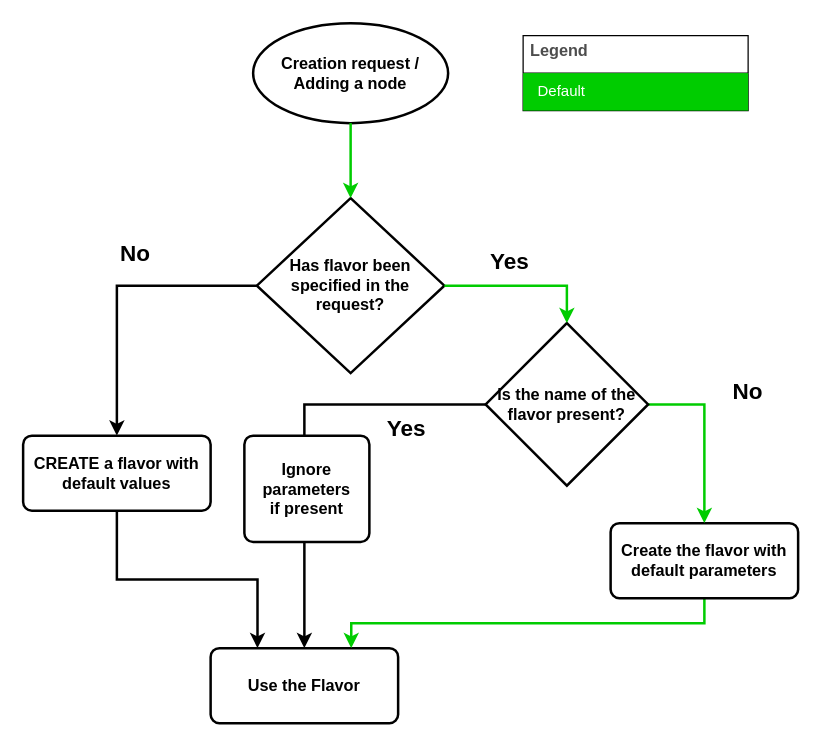
Earlier version of the draw.io diagram page "Flavor Management" (9 of 9) of docs/diagrams/NVFCL-diagrams.drawio (s2n-cnit/nfvcl-ng). Source tidied: cells renumbered, new cells numbered last; positions are measured from the earlier drawing's top-left corner, leaving out a move shared by most shapes. Both pictures are drawn from the tidied source at 125%, with x=0, y=0 at pixel (22, 22).
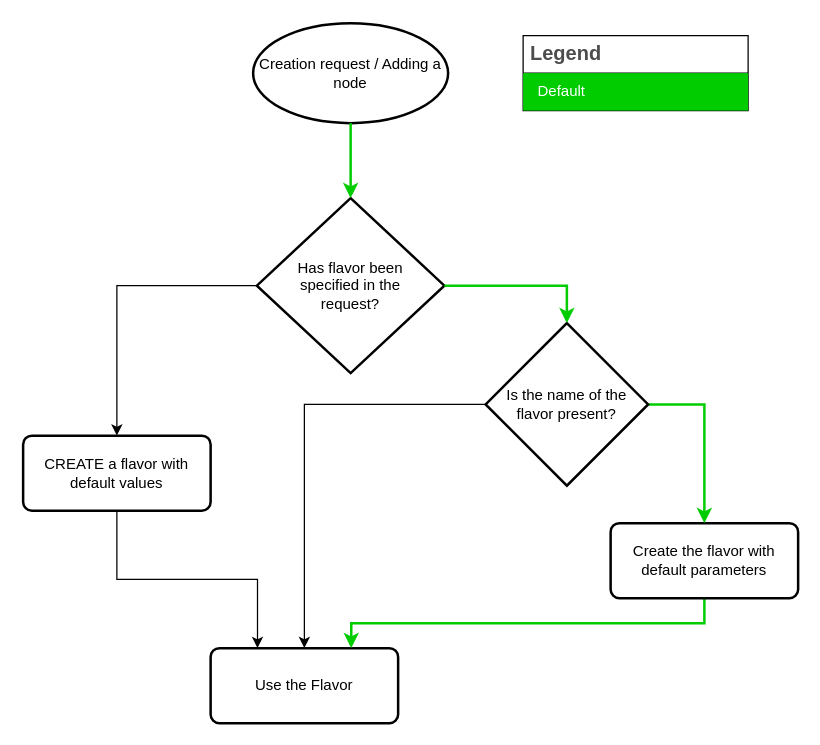
The same diagram, later.

Unchanged cells that the change refers to:
```xml
<mxCell id="14" style="edgeStyle=orthogonalEdgeStyle;rounded=0;jettySize=auto;html=1;exitX=1;exitY=0.5;exitDx=0;exitDy=0;exitPerimeter=0;entryX=0.5;entryY=0;entryDx=0;entryDy=0;entryPerimeter=0;strokeColor=#00CC00;strokeWidth=2;" parent="1" edge="1" source="6" target="13">
  <mxGeometry relative="1" as="geometry" />
</mxCell>
```

The edit, as a diff of the source:
```diff
@@
-    <mxCell id="2" style="edgeStyle=orthogonalEdgeStyle;rounded=0;jettySize=auto;html=1;exitX=0.5;exitY=1;exitDx=0;exitDy=0;entryX=0.25;entryY=0;entryDx=0;entryDy=0;strokeWidth=2;" parent="1" edge="1" source="3" target="8">
+    <mxCell id="2" style="edgeStyle=orthogonalEdgeStyle;rounded=0;jettySize=auto;html=1;exitX=0.5;exitY=1;exitDx=0;exitDy=0;entryX=0.25;entryY=0;entryDx=0;entryDy=0;" parent="1" edge="1" source="3" target="8">
       <mxGeometry relative="1" as="geometry" />
     </mxCell>
-    <mxCell id="3" value="CREATE a flavor with default values" style="rounded=1;whiteSpace=wrap;html=1;absoluteArcSize=1;arcSize=14;strokeWidth=2;fontSize=13;fontStyle=1;" parent="1" vertex="1">
+    <mxCell id="3" value="CREATE a flavor with default values" style="rounded=1;whiteSpace=wrap;html=1;absoluteArcSize=1;arcSize=14;strokeWidth=2;" parent="1" vertex="1">
       <mxGeometry y="330" width="150" height="60" as="geometry" />
     </mxCell>
-    <mxCell id="4" value="Creation request / Adding a node" style="strokeWidth=2;html=1;shape=mxgraph.flowchart.start_1;whiteSpace=wrap;fontSize=13;fontStyle=1;" parent="1" vertex="1">
+    <mxCell id="4" value="Creation request / Adding a node" style="strokeWidth=2;html=1;shape=mxgraph.flowchart.start_1;whiteSpace=wrap;" parent="1" vertex="1">
       <mxGeometry x="184" width="156" height="80" as="geometry" />
     </mxCell>
-    <mxCell id="5" style="edgeStyle=orthogonalEdgeStyle;rounded=0;jettySize=auto;html=1;exitX=0;exitY=0.5;exitDx=0;exitDy=0;exitPerimeter=0;entryX=0.5;entryY=0;entryDx=0;entryDy=0;strokeWidth=2;" parent="1" edge="1" source="6" target="3">
+    <mxCell id="5" style="edgeStyle=orthogonalEdgeStyle;rounded=0;jettySize=auto;html=1;exitX=0;exitY=0.5;exitDx=0;exitDy=0;exitPerimeter=0;entryX=0.5;entryY=0;entryDx=0;entryDy=0;" parent="1" edge="1" source="6" target="3">
       <mxGeometry relative="1" as="geometry" />
     </mxCell>
-    <mxCell id="6" value="Has flavor been&lt;div style=&quot;font-size: 13px;&quot;&gt;&amp;nbsp;specified in the&amp;nbsp;&lt;/div&gt;&lt;div style=&quot;font-size: 13px;&quot;&gt;request?&lt;/div&gt;" style="strokeWidth=2;html=1;shape=mxgraph.flowchart.decision;whiteSpace=wrap;fontSize=13;fontStyle=1;" parent="1" vertex="1">
+    <mxCell id="6" value="Has flavor been&lt;div&gt;&amp;nbsp;specified in the&amp;nbsp;&lt;/div&gt;&lt;div&gt;request?&lt;/div&gt;" style="strokeWidth=2;html=1;shape=mxgraph.flowchart.decision;whiteSpace=wrap;" parent="1" vertex="1">
       <mxGeometry x="187" y="140" width="150" height="140" as="geometry" />
     </mxCell>
@@
-    <mxCell id="8" value="Use the Flavor" style="rounded=1;whiteSpace=wrap;html=1;absoluteArcSize=1;arcSize=14;strokeWidth=2;fontSize=13;fontStyle=1;" parent="1" vertex="1">
+    <mxCell id="8" value="Use the Flavor" style="rounded=1;whiteSpace=wrap;html=1;absoluteArcSize=1;arcSize=14;strokeWidth=2;" parent="1" vertex="1">
       <mxGeometry x="150" y="500" width="150" height="60" as="geometry" />
     </mxCell>
@@
-    <mxCell id="10" value="Create the flavor with default parameters" style="rounded=1;whiteSpace=wrap;html=1;absoluteArcSize=1;arcSize=14;strokeWidth=2;fontSize=13;fontStyle=1;" parent="1" vertex="1">
+    <mxCell id="10" value="Create the flavor with default parameters" style="rounded=1;whiteSpace=wrap;html=1;absoluteArcSize=1;arcSize=14;strokeWidth=2;" parent="1" vertex="1">
       <mxGeometry x="470" y="400" width="150" height="60" as="geometry" />
     </mxCell>
-    <mxCell id="11" style="edgeStyle=orthogonalEdgeStyle;rounded=0;jettySize=auto;html=1;exitX=0;exitY=0.5;exitDx=0;exitDy=0;exitPerimeter=0;entryX=0.5;entryY=0;entryDx=0;entryDy=0;strokeWidth=2;" parent="1" edge="1" source="13" target="8">
+    <mxCell id="11" style="edgeStyle=orthogonalEdgeStyle;rounded=0;jettySize=auto;html=1;exitX=0;exitY=0.5;exitDx=0;exitDy=0;exitPerimeter=0;entryX=0.5;entryY=0;entryDx=0;entryDy=0;" parent="1" edge="1" source="13" target="8">
       <mxGeometry relative="1" as="geometry" />
     </mxCell>
@@
-    <mxCell id="13" value="Is the name of the flavor present?" style="strokeWidth=2;html=1;shape=mxgraph.flowchart.decision;whiteSpace=wrap;fontSize=13;fontStyle=1;" parent="1" vertex="1">
+    <mxCell id="13" value="Is the name of the flavor present?" style="strokeWidth=2;html=1;shape=mxgraph.flowchart.decision;whiteSpace=wrap;" parent="1" vertex="1">
       <mxGeometry x="370" y="240" width="130" height="130" as="geometry" />
     </mxCell>
@@
-    <mxCell id="15" value="&lt;b&gt;&lt;font style=&quot;font-size: 18px;&quot;&gt;Yes&lt;/font&gt;&lt;/b&gt;" style="edgeLabel;html=1;align=center;verticalAlign=middle;" parent="14" vertex="1">
-      <mxGeometry x="-0.2" y="-5" relative="1" as="geometry">
-        <mxPoint y="-25" as="offset" />
-      </mxGeometry>
-    </mxCell>
-    <mxCell id="16" value="Legend" style="shape=table;startSize=30;childLayout=tableLayout;fontSize=13;align=left;verticalAlign=top;fillColor=none;strokeColor=default;fontColor=#4D4D4D;fontStyle=1;spacingLeft=6;spacing=0;" parent="1" vertex="1">
+    <mxCell id="16" value="Legend" style="shape=table;startSize=30;childLayout=tableLayout;fontSize=16;align=left;verticalAlign=top;fillColor=none;strokeColor=default;fontColor=#4D4D4D;fontStyle=1;spacingLeft=6;spacing=0;" parent="1" vertex="1">
       <mxGeometry x="400" y="10" width="180" height="60" as="geometry" />
     </mxCell>
@@
-    <mxCell id="19" value="&lt;font style=&quot;font-size: 18px;&quot;&gt;&lt;b&gt;Yes&lt;/b&gt;&lt;/font&gt;" style="text;html=1;align=center;verticalAlign=middle;whiteSpace=wrap;rounded=0;" parent="1" vertex="1">
-      <mxGeometry x="277" y="310" width="60" height="30" as="geometry" />
-    </mxCell>
-    <mxCell id="20" value="&lt;font style=&quot;font-size: 18px;&quot;&gt;&lt;b&gt;No&lt;/b&gt;&lt;/font&gt;" style="text;html=1;align=center;verticalAlign=middle;whiteSpace=wrap;rounded=0;" parent="1" vertex="1">
-      <mxGeometry x="550" y="280" width="60" height="30" as="geometry" />
-    </mxCell>
-    <mxCell id="21" value="&lt;font style=&quot;font-size: 18px;&quot;&gt;&lt;b&gt;No&lt;/b&gt;&lt;/font&gt;" style="text;html=1;align=center;verticalAlign=middle;whiteSpace=wrap;rounded=0;" parent="1" vertex="1">
-      <mxGeometry x="60" y="170" width="60" height="30" as="geometry" />
-    </mxCell>
-    <mxCell id="22" value="Ignore&lt;div&gt;parameters&lt;/div&gt;&lt;div&gt;if present&lt;/div&gt;" style="rounded=1;whiteSpace=wrap;html=1;absoluteArcSize=1;arcSize=14;strokeWidth=2;fontSize=13;fontStyle=1;" parent="1" vertex="1">
-      <mxGeometry x="177" y="330" width="100" height="85" as="geometry" />
-    </mxCell>
```
